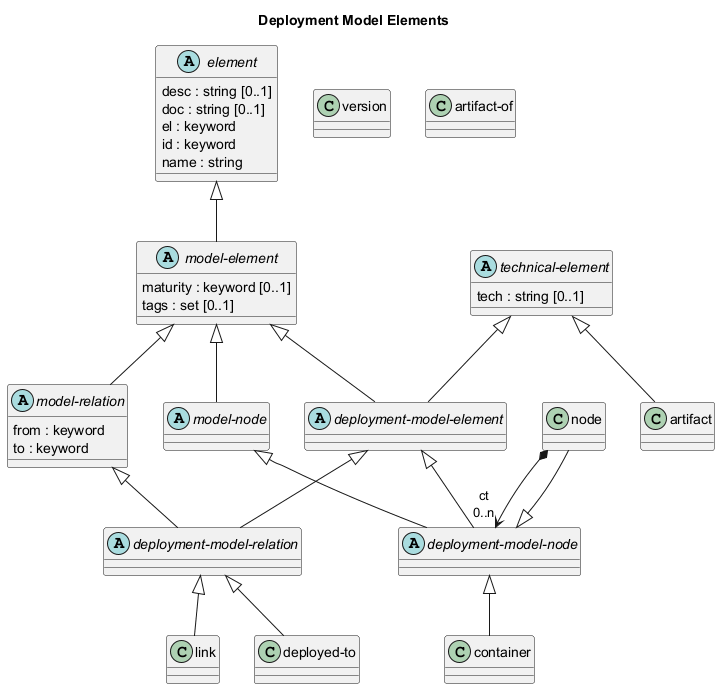
The PlantUML diagram docs/overarch/data-model/deployment-model-elements.png in soulspace-org/overarch, before a commit. Its diagram source:
```plantuml
@startuml deployment-model-elements






title Deployment Model Elements

class "node" as overarch_dataModel_node {}
class "artifact" as overarch_dataModel_artifact {}
abstract class "deployment-model-relation" as overarch_dataModel_deploymentModelRelation {}
class "link" as overarch_dataModel_link {}
abstract class "model-element" as overarch_dataModel_modelElement {
  maturity : keyword [0..1]
  tags : set [0..1]
}
class "deployed-to" as overarch_dataModel_deployedTo {}
abstract class "technical-element" as overarch_dataModel_technicalElement {
  tech : string [0..1]
}
class "version" as overarch_dataModel_version {}
class "artifact-of" as overarch_dataModel_artifactOf {}
abstract class "deployment-model-node" as overarch_dataModel_deploymentModelNode {}
abstract class "model-node" as overarch_dataModel_modelNode {}
abstract class "model-relation" as overarch_dataModel_modelRelation {
  from : keyword
  to : keyword
}
abstract class "deployment-model-element" as overarch_dataModel_deploymentModelElement {}
abstract class "element" as overarch_dataModel_element {
  desc : string [0..1]
  doc : string [0..1]
  el : keyword
  id : keyword
  name : string
}
class "container" as overarch_dataModel_container {}
overarch_dataModel_element <|-- overarch_dataModel_modelElement
overarch_dataModel_modelRelation <|-- overarch_dataModel_deploymentModelRelation
overarch_dataModel_modelElement <|-- overarch_dataModel_modelNode
overarch_dataModel_node *-->  "ct\n0..n" overarch_dataModel_deploymentModelNode
overarch_dataModel_modelElement <|-- overarch_dataModel_modelRelation
overarch_dataModel_deploymentModelElement <|-- overarch_dataModel_deploymentModelNode
overarch_dataModel_technicalElement <|-- overarch_dataModel_artifact
overarch_dataModel_deploymentModelRelation <|-- overarch_dataModel_deployedTo
overarch_dataModel_modelNode <|-- overarch_dataModel_deploymentModelNode
overarch_dataModel_technicalElement <|-- overarch_dataModel_deploymentModelElement
overarch_dataModel_modelElement <|-- overarch_dataModel_deploymentModelElement
overarch_dataModel_deploymentModelRelation <|-- overarch_dataModel_link
overarch_dataModel_deploymentModelNode <|-- overarch_dataModel_node
overarch_dataModel_deploymentModelNode <|-- overarch_dataModel_container
overarch_dataModel_deploymentModelElement <|-- overarch_dataModel_deploymentModelRelation
@enduml
```
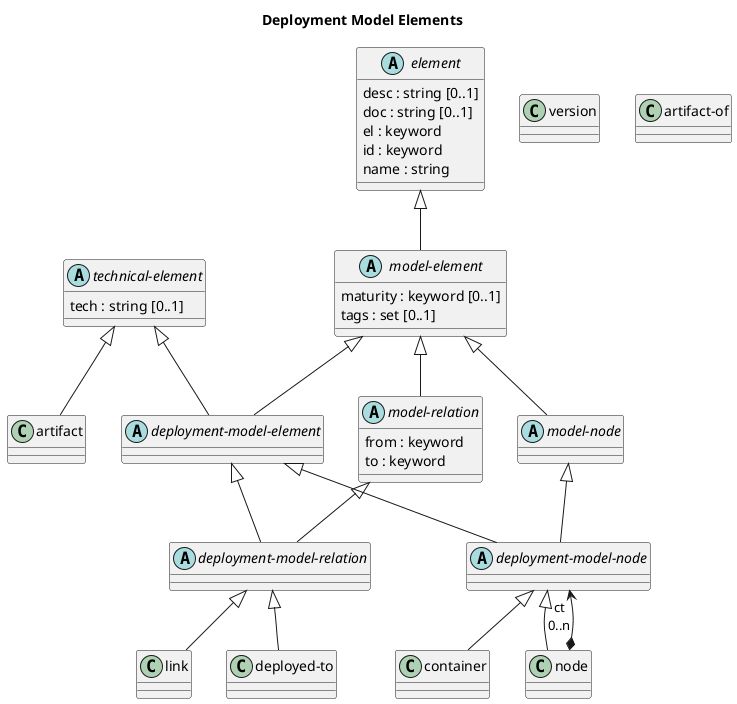
Later version of the same file.

What changed in the source:
```diff
@@ -7,7 +7,6 @@
 
 title Deployment Model Elements
 
-class "node" as overarch_dataModel_node {}
 class "artifact" as overarch_dataModel_artifact {}
 abstract class "deployment-model-relation" as overarch_dataModel_deploymentModelRelation {}
 class "link" as overarch_dataModel_link {}
@@ -21,7 +20,9 @@
 }
 class "version" as overarch_dataModel_version {}
 class "artifact-of" as overarch_dataModel_artifactOf {}
+class "container" as overarch_dataModel_container {}
 abstract class "deployment-model-node" as overarch_dataModel_deploymentModelNode {}
+class "node" as overarch_dataModel_node {}
 abstract class "model-node" as overarch_dataModel_modelNode {}
 abstract class "model-relation" as overarch_dataModel_modelRelation {
   from : keyword
@@ -35,7 +36,6 @@
   id : keyword
   name : string
 }
-class "container" as overarch_dataModel_container {}
 overarch_dataModel_element <|-- overarch_dataModel_modelElement
 overarch_dataModel_modelRelation <|-- overarch_dataModel_deploymentModelRelation
 overarch_dataModel_modelElement <|-- overarch_dataModel_modelNode
```
